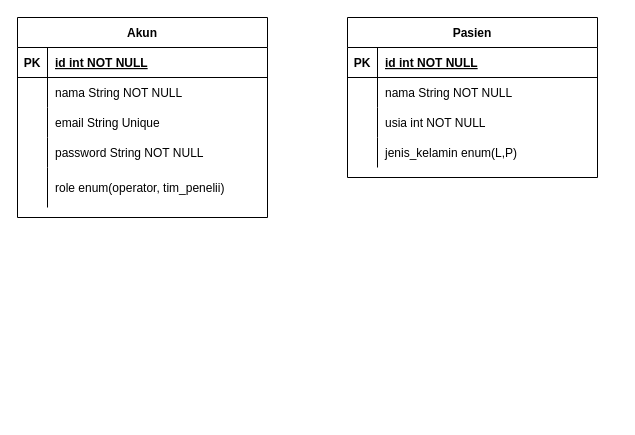
This is Untitled Diagram.drawio from zzarr/Tugas-Akhir, a draw.io file, before an edit. Source tidied: cells renumbered, new cells numbered last; positions are measured from the earlier drawing's top-left corner, leaving out a move shared by most shapes. Both pictures are drawn from the tidied source at 100%, with x=0, y=0 at pixel (17, 17).
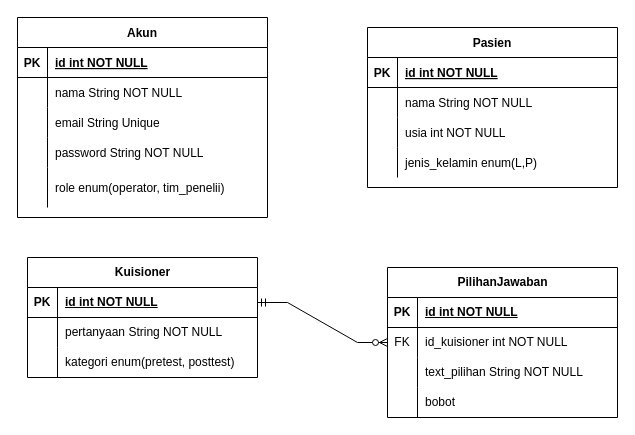
The same page after the edit.

Diff of the diagram source:
```diff
@@
     <mxCell id="2" value="Pasien" style="shape=table;startSize=30;childLayout=tableLayout;rowLines=0;fontStyle=1;align=center;" parent="1" vertex="1">
-      <mxGeometry x="330" width="250" height="160" as="geometry" />
+      <mxGeometry x="350" y="10" width="250" height="160" as="geometry" />
     </mxCell>
@@
+    <mxCell id="31" value="Kuisioner" style="shape=table;startSize=30;childLayout=tableLayout;rowLines=0;fontStyle=1;align=center;html=1;" parent="1" vertex="1">
+      <mxGeometry x="10" y="240" width="230" height="120" as="geometry" />
+    </mxCell>
+    <mxCell id="32" style="shape=tableRow;horizontal=0;startSize=0;swimlaneHead=0;swimlaneBody=0;fillColor=none;points=[[0,0.5],[1,0.5]];portConstraint=eastwest;top=0;left=0;right=0;bottom=1;" parent="31" vertex="1">
+      <mxGeometry y="30" width="230" height="30" as="geometry" />
+    </mxCell>
+    <mxCell id="33" value="PK" style="shape=partialRectangle;fillColor=none;top=0;left=0;bottom=0;right=0;fontStyle=1;overflow=hidden;whiteSpace=wrap;html=1;" parent="32" vertex="1">
+      <mxGeometry width="30" height="30" as="geometry" />
+    </mxCell>
+    <mxCell id="34" value="id int NOT NULL" style="shape=partialRectangle;fillColor=none;top=0;left=0;bottom=0;right=0;align=left;spacingLeft=6;fontStyle=5;overflow=hidden;whiteSpace=wrap;html=1;" parent="32" vertex="1">
+      <mxGeometry x="30" width="200" height="30" as="geometry" />
+    </mxCell>
+    <mxCell id="35" style="shape=tableRow;horizontal=0;startSize=0;swimlaneHead=0;swimlaneBody=0;fillColor=none;top=0;left=0;right=0;bottom=0;" parent="31" vertex="1">
+      <mxGeometry y="60" width="230" height="30" as="geometry" />
+    </mxCell>
+    <mxCell id="36" style="shape=partialRectangle;fillColor=none;top=0;left=0;bottom=0;right=0;overflow=hidden;whiteSpace=wrap;html=1;" parent="35" vertex="1">
+      <mxGeometry width="30" height="30" as="geometry" />
+    </mxCell>
+    <mxCell id="37" value="pertanyaan String NOT NULL" style="shape=partialRectangle;fillColor=none;top=0;left=0;bottom=0;right=0;align=left;spacingLeft=6;overflow=hidden;whiteSpace=wrap;html=1;" parent="35" vertex="1">
+      <mxGeometry x="30" width="200" height="30" as="geometry" />
+    </mxCell>
+    <mxCell id="38" style="shape=tableRow;horizontal=0;startSize=0;swimlaneHead=0;swimlaneBody=0;fillColor=none;top=0;left=0;right=0;bottom=0;" parent="31" vertex="1">
+      <mxGeometry y="90" width="230" height="30" as="geometry" />
+    </mxCell>
+    <mxCell id="39" style="shape=partialRectangle;fillColor=none;top=0;left=0;bottom=0;right=0;overflow=hidden;whiteSpace=wrap;html=1;" parent="38" vertex="1">
+      <mxGeometry width="30" height="30" as="geometry" />
+    </mxCell>
+    <mxCell id="40" value="kategori enum(pretest, posttest)" style="shape=partialRectangle;fillColor=none;top=0;left=0;bottom=0;right=0;align=left;spacingLeft=6;overflow=hidden;whiteSpace=wrap;html=1;" parent="38" vertex="1">
+      <mxGeometry x="30" width="200" height="30" as="geometry" />
+    </mxCell>
+    <mxCell id="41" value="PilihanJawaban" style="shape=table;startSize=30;childLayout=tableLayout;rowLines=0;fontStyle=1;align=center;html=1;" parent="1" vertex="1">
+      <mxGeometry x="370" y="250" width="230" height="150" as="geometry" />
+    </mxCell>
+    <mxCell id="42" style="shape=tableRow;horizontal=0;startSize=0;swimlaneHead=0;swimlaneBody=0;fillColor=none;top=0;left=0;right=0;bottom=1;" parent="41" vertex="1">
+      <mxGeometry y="30" width="230" height="30" as="geometry" />
+    </mxCell>
+    <mxCell id="43" value="PK" style="shape=partialRectangle;fillColor=none;top=0;left=0;bottom=0;right=0;fontStyle=1;overflow=hidden;whiteSpace=wrap;html=1;" parent="42" vertex="1">
+      <mxGeometry width="30" height="30" as="geometry" />
+    </mxCell>
+    <mxCell id="44" value="id int NOT NULL" style="shape=partialRectangle;fillColor=none;top=0;left=0;bottom=0;right=0;align=left;spacingLeft=6;fontStyle=5;overflow=hidden;whiteSpace=wrap;html=1;" parent="42" vertex="1">
+      <mxGeometry x="30" width="200" height="30" as="geometry" />
+    </mxCell>
+    <mxCell id="45" style="shape=tableRow;horizontal=0;startSize=0;swimlaneHead=0;swimlaneBody=0;fillColor=none;points=[[0,0.5],[1,0.5]];portConstraint=eastwest;top=0;left=0;right=0;bottom=0;" parent="41" vertex="1">
+      <mxGeometry y="60" width="230" height="30" as="geometry" />
+    </mxCell>
+    <mxCell id="46" value="FK" style="shape=partialRectangle;fillColor=none;top=0;left=0;bottom=0;right=0;overflow=hidden;whiteSpace=wrap;html=1;" parent="45" vertex="1">
+      <mxGeometry width="30" height="30" as="geometry" />
+    </mxCell>
+    <mxCell id="47" value="id_kuisioner int NOT NULL" style="shape=partialRectangle;fillColor=none;top=0;left=0;bottom=0;right=0;align=left;spacingLeft=6;overflow=hidden;whiteSpace=wrap;html=1;" parent="45" vertex="1">
+      <mxGeometry x="30" width="200" height="30" as="geometry" />
+    </mxCell>
+    <mxCell id="48" style="shape=tableRow;horizontal=0;startSize=0;swimlaneHead=0;swimlaneBody=0;fillColor=none;top=0;left=0;right=0;bottom=0;" parent="41" vertex="1">
+      <mxGeometry y="90" width="230" height="30" as="geometry" />
+    </mxCell>
+    <mxCell id="49" style="shape=partialRectangle;fillColor=none;top=0;left=0;bottom=0;right=0;overflow=hidden;whiteSpace=wrap;html=1;" parent="48" vertex="1">
+      <mxGeometry width="30" height="30" as="geometry" />
+    </mxCell>
+    <mxCell id="50" value="text_pilihan String NOT NULL" style="shape=partialRectangle;fillColor=none;top=0;left=0;bottom=0;right=0;align=left;spacingLeft=6;overflow=hidden;whiteSpace=wrap;html=1;" parent="48" vertex="1">
+      <mxGeometry x="30" width="200" height="30" as="geometry" />
+    </mxCell>
+    <mxCell id="51" style="shape=tableRow;horizontal=0;startSize=0;swimlaneHead=0;swimlaneBody=0;fillColor=none;top=0;left=0;right=0;bottom=0;" parent="41" vertex="1">
+      <mxGeometry y="120" width="230" height="30" as="geometry" />
+    </mxCell>
+    <mxCell id="52" style="shape=partialRectangle;fillColor=none;top=0;left=0;bottom=0;right=0;overflow=hidden;whiteSpace=wrap;html=1;" parent="51" vertex="1">
+      <mxGeometry width="30" height="30" as="geometry" />
+    </mxCell>
+    <mxCell id="53" value="bobot" style="shape=partialRectangle;fillColor=none;top=0;left=0;bottom=0;right=0;align=left;spacingLeft=6;overflow=hidden;whiteSpace=wrap;html=1;" parent="51" vertex="1">
+      <mxGeometry x="30" width="200" height="30" as="geometry" />
+    </mxCell>
+    <mxCell id="54" style="edgeStyle=entityRelationEdgeStyle;fontSize=12;html=1;endArrow=ERzeroToMany;startArrow=ERmandOne;rounded=0;exitX=1;exitY=0.5;exitDx=0;exitDy=0;entryX=0;entryY=0.5;entryDx=0;entryDy=0;" parent="1" edge="1" source="32" target="45">
+      <mxGeometry relative="1" as="geometry" />
+    </mxCell>
```
